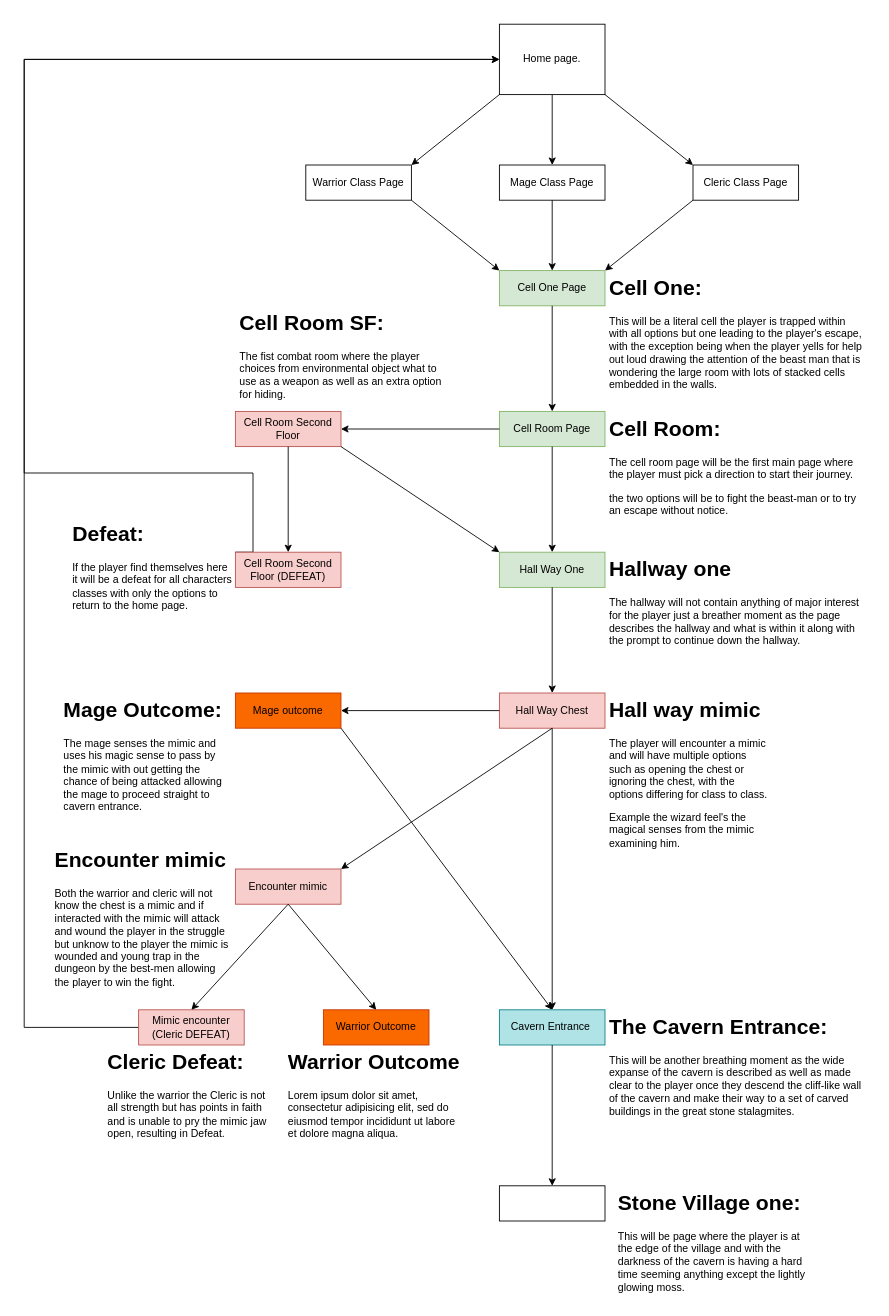
The draw.io diagram Page-Layout-Assessment1.drawio in andypandy31/Webtech-Assessment1, before the edit. Source tidied: cells renumbered, new cells numbered last; positions are measured from the earlier drawing's top-left corner, leaving out a move shared by most shapes. Both pictures are drawn from the tidied source at 88%, with x=0, y=0 at pixel (24, 24).
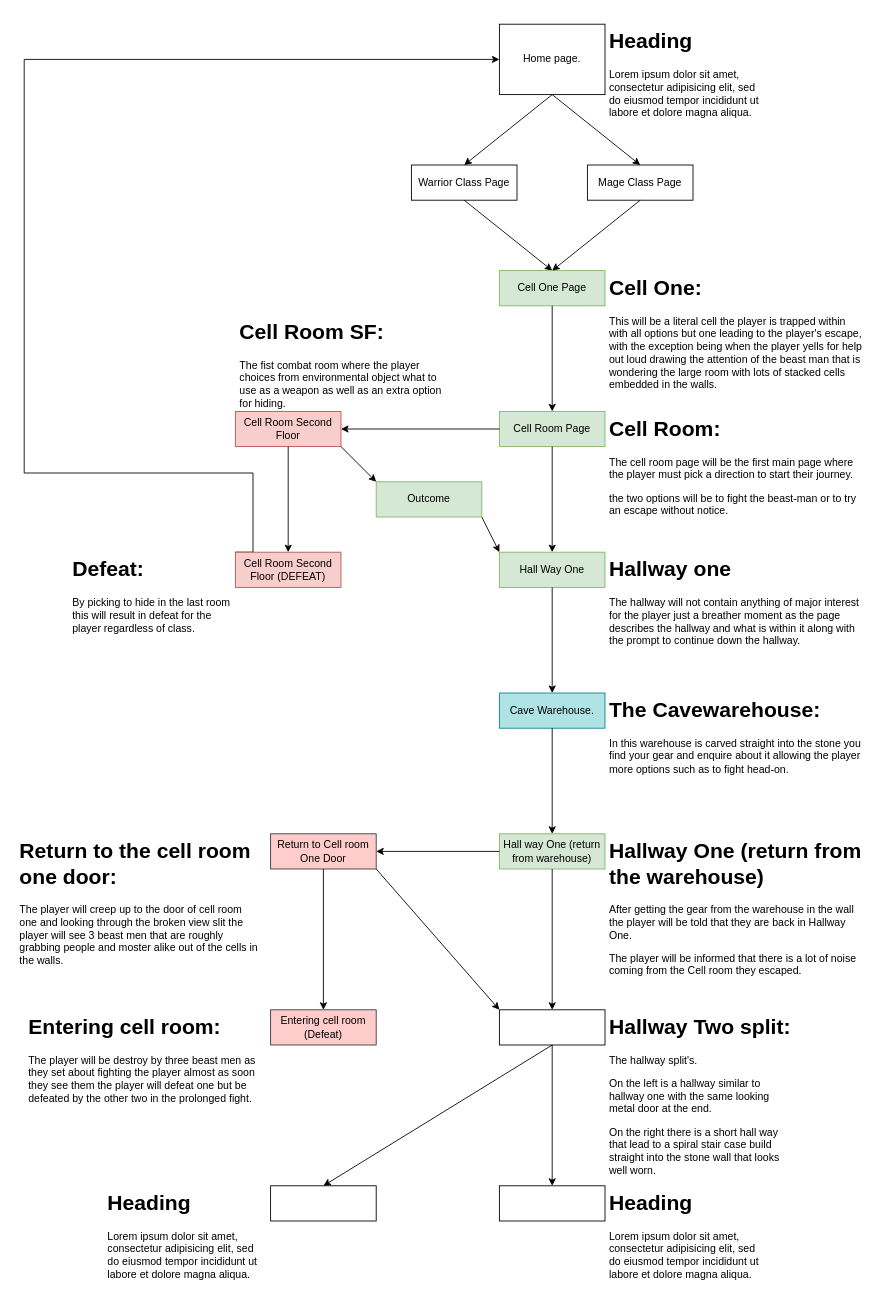
The same diagram, later.

Unchanged cells that the change refers to:
```xml
<mxCell id="5" value="Home page." style="rounded=0;whiteSpace=wrap;html=1;" parent="1" vertex="1">
  <mxGeometry x="540" width="120" height="80" as="geometry" />
</mxCell>
<mxCell id="10" value="Cell One Page" style="rounded=0;whiteSpace=wrap;html=1;fillColor=#d5e8d4;strokeColor=#82b366;" parent="1" vertex="1">
  <mxGeometry x="540" y="280" width="120" height="40" as="geometry" />
</mxCell>
<mxCell id="18" value="Hall Way One" style="rounded=0;whiteSpace=wrap;html=1;fillColor=#d5e8d4;strokeColor=#82b366;" parent="1" vertex="1">
  <mxGeometry x="540" y="600" width="120" height="40" as="geometry" />
</mxCell>
<mxCell id="21" value="Cell Room Second Floor" style="rounded=0;whiteSpace=wrap;html=1;fillColor=#f8cecc;strokeColor=#b85450;" parent="1" vertex="1">
  <mxGeometry x="240" y="440" width="120" height="40" as="geometry" />
</mxCell>
<mxCell id="49" style="rounded=0;whiteSpace=wrap;html=1;" parent="1" vertex="1">
  <mxGeometry x="540" y="1320" width="120" height="40" as="geometry" />
</mxCell>
```

What changed in the source:
```diff
@@
-    <mxCell id="2" style="endArrow=classic;html=1;rounded=0;exitX=0.5;exitY=1;exitDx=0;exitDy=0;" parent="1" edge="1">
+    <mxCell id="2" style="endArrow=classic;html=1;rounded=0;exitX=0.5;exitY=1;exitDx=0;exitDy=0;entryX=0.5;entryY=0;entryDx=0;entryDy=0;" parent="1" edge="1" target="6">
       <mxGeometry relative="1" as="geometry">
         <mxPoint x="600" y="80" as="sourcePoint" />
-        <mxPoint x="600" y="160" as="targetPoint" />
       </mxGeometry>
     </mxCell>
-    <mxCell id="3" style="endArrow=classic;html=1;rounded=0;exitX=1;exitY=1;exitDx=0;exitDy=0;" parent="1" edge="1" source="5">
-      <mxGeometry relative="1" as="geometry">
-        <mxPoint x="760" y="160" as="targetPoint" />
-      </mxGeometry>
-    </mxCell>
-    <mxCell id="4" style="endArrow=classic;html=1;rounded=0;exitX=0;exitY=1;exitDx=0;exitDy=0;" parent="1" edge="1" source="5">
+    <mxCell id="4" style="endArrow=classic;html=1;rounded=0;entryX=0.5;entryY=0;entryDx=0;entryDy=0;" parent="1" edge="1" target="8">
       <mxGeometry relative="1" as="geometry">
-        <mxPoint x="440" y="160" as="targetPoint" />
+        <mxPoint x="600" y="80" as="sourcePoint" />
       </mxGeometry>
     </mxCell>
@@
     <mxCell id="6" value="Mage Class Page" style="rounded=0;whiteSpace=wrap;html=1;" parent="1" vertex="1">
-      <mxGeometry x="540" y="160" width="120" height="40" as="geometry" />
+      <mxGeometry x="640" y="160" width="120" height="40" as="geometry" />
     </mxCell>
-    <mxCell id="7" value="Cleric Class Page" style="rounded=0;whiteSpace=wrap;html=1;" parent="1" vertex="1">
-      <mxGeometry x="760" y="160" width="120" height="40" as="geometry" />
-    </mxCell>
     <mxCell id="8" value="Warrior Class Page" style="rounded=0;whiteSpace=wrap;html=1;" parent="1" vertex="1">
-      <mxGeometry x="320" y="160" width="120" height="40" as="geometry" />
+      <mxGeometry x="440" y="160" width="120" height="40" as="geometry" />
     </mxCell>
-    <mxCell id="9" style="endArrow=classic;html=1;rounded=0;exitX=1;exitY=1;exitDx=0;exitDy=0;entryX=0;entryY=0;entryDx=0;entryDy=0;" parent="1" edge="1" source="8" target="10">
+    <mxCell id="9" style="endArrow=classic;html=1;rounded=0;exitX=0.5;exitY=1;exitDx=0;exitDy=0;entryX=0.5;entryY=0;entryDx=0;entryDy=0;" parent="1" edge="1" source="8" target="10">
       <mxGeometry relative="1" as="geometry" />
     </mxCell>
@@
-    <mxCell id="11" style="endArrow=classic;html=1;rounded=0;exitX=0.5;exitY=1;exitDx=0;exitDy=0;" parent="1" edge="1" source="6" target="10">
+    <mxCell id="11" style="endArrow=classic;html=1;rounded=0;exitX=0.5;exitY=1;exitDx=0;exitDy=0;entryX=0.5;entryY=0;entryDx=0;entryDy=0;" parent="1" edge="1" source="6" target="10">
       <mxGeometry relative="1" as="geometry" />
     </mxCell>
-    <mxCell id="12" style="endArrow=classic;html=1;rounded=0;exitX=0;exitY=1;exitDx=0;exitDy=0;entryX=1;entryY=0;entryDx=0;entryDy=0;" parent="1" edge="1" source="7" target="10">
-      <mxGeometry relative="1" as="geometry" />
-    </mxCell>
@@
-    <mxCell id="25" value="&lt;h1&gt;Cell Room SF:&lt;/h1&gt;&lt;div&gt;The fist combat room where the player choices from environmental object what to use as a weapon as well as an extra option for hiding.&lt;/div&gt;" style="text;html=1;spacing=5;spacingTop=-20;whiteSpace=wrap;overflow=hidden;rounded=0;" parent="1" vertex="1">
-      <mxGeometry x="240" y="320" width="240" height="120" as="geometry" />
+    <mxCell id="25" value="&lt;h1&gt;Cell Room SF:&lt;/h1&gt;&lt;div&gt;The fist combat room where the player choices from environmental object what to use as a weapon as well as an extra option for hiding.&lt;/div&gt;&lt;div&gt;&lt;br&gt;&lt;/div&gt;&lt;div&gt;&lt;br&gt;&lt;/div&gt;" style="text;html=1;spacing=5;spacingTop=-20;whiteSpace=wrap;overflow=hidden;rounded=0;" parent="1" vertex="1">
+      <mxGeometry x="240" y="330" width="240" height="110" as="geometry" />
     </mxCell>
-    <mxCell id="26" style="endArrow=classic;html=1;rounded=0;entryX=0;entryY=0;entryDx=0;entryDy=0;exitX=1;exitY=1;exitDx=0;exitDy=0;" parent="1" edge="1" source="21" target="18">
+    <mxCell id="26" style="endArrow=classic;html=1;rounded=0;entryX=0;entryY=0;entryDx=0;entryDy=0;exitX=1;exitY=1;exitDx=0;exitDy=0;" parent="1" edge="1" source="51" target="18">
       <mxGeometry relative="1" as="geometry" />
     </mxCell>
-    <mxCell id="27" style="endArrow=classic;html=1;rounded=0;exitX=0.5;exitY=1;exitDx=0;exitDy=0;" parent="1" edge="1" source="18">
-      <mxGeometry relative="1" as="geometry">
-        <mxPoint x="600" y="760" as="targetPoint" />
-      </mxGeometry>
-    </mxCell>
-    <mxCell id="28" value="Hall Way Chest" style="rounded=0;whiteSpace=wrap;html=1;fillColor=#f8cecc;strokeColor=#b85450;" parent="1" vertex="1">
-      <mxGeometry x="540" y="760" width="120" height="40" as="geometry" />
-    </mxCell>
-    <mxCell id="29" value="&lt;h1&gt;Hall way mimic&lt;/h1&gt;&lt;p&gt;The player will encounter a mimic and will have multiple options such as opening the chest or ignoring the chest, with the options differing for class to class.&lt;/p&gt;&lt;p&gt;Example the wizard feel's the magical senses from the mimic examining him.&lt;/p&gt;" style="text;html=1;spacing=5;spacingTop=-20;whiteSpace=wrap;overflow=hidden;rounded=0;" parent="1" vertex="1">
-      <mxGeometry x="660" y="760" width="190" height="180" as="geometry" />
-    </mxCell>
-    <mxCell id="30" style="endArrow=classic;html=1;rounded=0;entryX=1;entryY=0.5;entryDx=0;entryDy=0;exitX=0;exitY=0.5;exitDx=0;exitDy=0;" parent="1" edge="1" source="28" target="31">
-      <mxGeometry relative="1" as="geometry" />
-    </mxCell>
-    <mxCell id="31" value="Mage outcome" style="rounded=0;whiteSpace=wrap;html=1;fillColor=#fa6800;strokeColor=#C73500;fontColor=#000000;" parent="1" vertex="1">
-      <mxGeometry x="240" y="760" width="120" height="40" as="geometry" />
-    </mxCell>
-    <mxCell id="32" style="endArrow=classic;html=1;rounded=0;exitX=0.5;exitY=1;exitDx=0;exitDy=0;entryX=0.5;entryY=0;entryDx=0;entryDy=0;" parent="1" edge="1" source="28" target="35">
+    <mxCell id="32" style="endArrow=classic;html=1;rounded=0;exitX=0.5;exitY=1;exitDx=0;exitDy=0;entryX=0.5;entryY=0;entryDx=0;entryDy=0;" parent="1" edge="1" source="18" target="35">
       <mxGeometry relative="1" as="geometry" />
     </mxCell>
-    <mxCell id="33" style="endArrow=classic;html=1;rounded=0;exitX=1;exitY=1;exitDx=0;exitDy=0;entryX=0.5;entryY=0;entryDx=0;entryDy=0;" parent="1" edge="1" source="31" target="35">
-      <mxGeometry relative="1" as="geometry" />
-    </mxCell>
-    <mxCell id="34" value="&lt;h1&gt;Mage Outcome:&lt;/h1&gt;&lt;p&gt;The mage senses the mimic and uses his magic sense to pass by the mimic with out getting the chance of being attacked allowing the mage to proceed straight to cavern entrance.&lt;/p&gt;" style="text;html=1;spacing=5;spacingTop=-20;whiteSpace=wrap;overflow=hidden;rounded=0;" parent="1" vertex="1">
-      <mxGeometry x="40" y="760" width="200" height="140" as="geometry" />
-    </mxCell>
-    <mxCell id="35" value="Cavern Entrance&amp;nbsp;" style="rounded=0;whiteSpace=wrap;html=1;fillColor=#b0e3e6;strokeColor=#0e8088;" parent="1" vertex="1">
-      <mxGeometry x="540" y="1120" width="120" height="40" as="geometry" />
+    <mxCell id="35" value="Cave Warehouse." style="rounded=0;whiteSpace=wrap;html=1;fillColor=#b0e3e6;strokeColor=#0e8088;" parent="1" vertex="1">
+      <mxGeometry x="540" y="760" width="120" height="40" as="geometry" />
     </mxCell>
-    <mxCell id="36" style="endArrow=classic;html=1;rounded=0;entryX=1;entryY=0;entryDx=0;entryDy=0;" parent="1" edge="1" target="37">
-      <mxGeometry relative="1" as="geometry">
-        <mxPoint x="600" y="800" as="sourcePoint" />
-      </mxGeometry>
-    </mxCell>
-    <mxCell id="37" value="Encounter mimic" style="rounded=0;whiteSpace=wrap;html=1;fillColor=#f8cecc;strokeColor=#b85450;" parent="1" vertex="1">
-      <mxGeometry x="240" y="960" width="120" height="40" as="geometry" />
-    </mxCell>
-    <mxCell id="38" value="&lt;h1&gt;Encounter mimic&lt;/h1&gt;&lt;p&gt;Both the warrior and cleric will not know the chest is a mimic and if interacted with the mimic will attack and wound the player in the struggle but unknow to the player the mimic is wounded and young trap in the dungeon by the best-men allowing the player to win the fight.&amp;nbsp;&lt;/p&gt;" style="text;html=1;spacing=5;spacingTop=-20;whiteSpace=wrap;overflow=hidden;rounded=0;" parent="1" vertex="1">
-      <mxGeometry x="30" y="930" width="210" height="170" as="geometry" />
-    </mxCell>
-    <mxCell id="39" value="&lt;h1&gt;The Cavern Entrance:&amp;nbsp;&lt;/h1&gt;&lt;p&gt;This will be another breathing moment as the wide expanse of the cavern is described as well as made clear to the player once they descend the cliff-like wall of the cavern and make their way to a set of carved buildings in the great stone stalagmites.&lt;/p&gt;" style="text;html=1;spacing=5;spacingTop=-20;whiteSpace=wrap;overflow=hidden;rounded=0;" parent="1" vertex="1">
-      <mxGeometry x="660" y="1120" width="305" height="130" as="geometry" />
+    <mxCell id="39" value="&lt;h1&gt;The Cavewarehouse:&amp;nbsp;&lt;/h1&gt;&lt;p&gt;In this warehouse is carved straight into the stone you find your gear and enquire about it allowing the player more options such as to fight head-on.&lt;/p&gt;" style="text;html=1;spacing=5;spacingTop=-20;whiteSpace=wrap;overflow=hidden;rounded=0;" parent="1" vertex="1">
+      <mxGeometry x="660" y="760" width="305" height="130" as="geometry" />
     </mxCell>
-    <mxCell id="40" style="edgeStyle=orthogonalEdgeStyle;rounded=0;jettySize=auto;html=1;exitX=0;exitY=0.5;exitDx=0;exitDy=0;entryX=0;entryY=0.5;entryDx=0;entryDy=0;" parent="1" edge="1" source="41" target="5">
-      <mxGeometry relative="1" as="geometry">
-        <Array as="points">
-          <mxPoint y="1140" />
-          <mxPoint y="40" />
-        </Array>
-      </mxGeometry>
-    </mxCell>
-    <mxCell id="41" value="Mimic encounter (Cleric DEFEAT)" style="rounded=0;whiteSpace=wrap;html=1;fillColor=#f8cecc;strokeColor=#b85450;" parent="1" vertex="1">
-      <mxGeometry x="130" y="1120" width="120" height="40" as="geometry" />
-    </mxCell>
-    <mxCell id="42" style="endArrow=classic;html=1;rounded=0;exitX=0.5;exitY=1;exitDx=0;exitDy=0;entryX=0.5;entryY=0;entryDx=0;entryDy=0;" parent="1" edge="1" source="37" target="41">
-      <mxGeometry relative="1" as="geometry" />
-    </mxCell>
-    <mxCell id="43" value="Warrior Outcome" style="rounded=0;whiteSpace=wrap;html=1;fillColor=#fa6800;strokeColor=#C73500;fontColor=#000000;" parent="1" vertex="1">
-      <mxGeometry x="340" y="1120" width="120" height="40" as="geometry" />
-    </mxCell>
-    <mxCell id="44" style="endArrow=classic;html=1;rounded=0;entryX=0.5;entryY=0;entryDx=0;entryDy=0;" parent="1" edge="1" target="43">
-      <mxGeometry relative="1" as="geometry">
-        <mxPoint x="300" y="1000" as="sourcePoint" />
-      </mxGeometry>
-    </mxCell>
-    <mxCell id="45" value="&lt;h1&gt;Cleric Defeat:&lt;/h1&gt;&lt;p&gt;Unlike the warrior the Cleric is not all strength but has points in faith and is unable to pry the mimic jaw open, resulting in Defeat.&lt;/p&gt;" style="text;html=1;spacing=5;spacingTop=-20;whiteSpace=wrap;overflow=hidden;rounded=0;" parent="1" vertex="1">
-      <mxGeometry x="90" y="1160" width="200" height="120" as="geometry" />
-    </mxCell>
-    <mxCell id="46" value="&lt;h1&gt;Warrior Outcome&lt;/h1&gt;&lt;p&gt;Lorem ipsum dolor sit amet, consectetur adipisicing elit, sed do eiusmod tempor incididunt ut labore et dolore magna aliqua.&lt;/p&gt;" style="text;html=1;spacing=5;spacingTop=-20;whiteSpace=wrap;overflow=hidden;rounded=0;" parent="1" vertex="1">
-      <mxGeometry x="295" y="1160" width="210" height="120" as="geometry" />
-    </mxCell>
-    <mxCell id="47" value="&lt;h1&gt;Defeat:&lt;/h1&gt;&lt;p&gt;If the player find themselves here it will be a defeat for all characters classes with only the options to return to the home page.&lt;/p&gt;" style="text;html=1;spacing=5;spacingTop=-20;whiteSpace=wrap;overflow=hidden;rounded=0;" parent="1" vertex="1">
-      <mxGeometry x="50" y="560" width="190" height="120" as="geometry" />
+    <mxCell id="47" value="&lt;h1&gt;Defeat:&lt;/h1&gt;&lt;p&gt;By picking to hide in the last room this will result in defeat for the player regardless of class.&lt;/p&gt;" style="text;html=1;spacing=5;spacingTop=-20;whiteSpace=wrap;overflow=hidden;rounded=0;" parent="1" vertex="1">
+      <mxGeometry x="50" y="600" width="190" height="120" as="geometry" />
     </mxCell>
-    <mxCell id="48" style="endArrow=classic;html=1;rounded=0;exitX=0.5;exitY=1;exitDx=0;exitDy=0;" parent="1" edge="1" source="35">
-      <mxGeometry relative="1" as="geometry">
-        <mxPoint x="600" y="1320" as="targetPoint" />
-      </mxGeometry>
-    </mxCell>
+    <mxCell id="51" value="Outcome" style="rounded=0;whiteSpace=wrap;html=1;fillColor=#d5e8d4;strokeColor=#82b366;" parent="1" vertex="1">
+      <mxGeometry x="400" y="520" width="120" height="40" as="geometry" />
+    </mxCell>
+    <mxCell id="52" style="endArrow=classic;html=1;rounded=0;exitX=1;exitY=1;exitDx=0;exitDy=0;entryX=0;entryY=0;entryDx=0;entryDy=0;" parent="1" edge="1" source="21" target="51">
+      <mxGeometry relative="1" as="geometry" />
+    </mxCell>
+    <mxCell id="53" value="&lt;h1&gt;Heading&lt;/h1&gt;&lt;p&gt;Lorem ipsum dolor sit amet, consectetur adipisicing elit, sed do eiusmod tempor incididunt ut labore et dolore magna aliqua.&lt;/p&gt;" style="text;html=1;spacing=5;spacingTop=-20;whiteSpace=wrap;overflow=hidden;rounded=0;" parent="1" vertex="1">
+      <mxGeometry x="660" width="190" height="120" as="geometry" />
+    </mxCell>
+    <mxCell id="54" style="endArrow=classic;html=1;rounded=0;exitX=0.5;exitY=1;exitDx=0;exitDy=0;" parent="1" edge="1" source="35" target="55">
+      <mxGeometry relative="1" as="geometry" />
+    </mxCell>
+    <mxCell id="55" value="Hall way One (return from warehouse)" style="rounded=0;whiteSpace=wrap;html=1;fillColor=#d5e8d4;strokeColor=#82b366;" parent="1" vertex="1">
+      <mxGeometry x="540" y="920" width="120" height="40" as="geometry" />
+    </mxCell>
+    <mxCell id="56" value="&lt;h1&gt;Hallway One (return from the warehouse)&lt;br&gt;&lt;/h1&gt;&lt;p&gt;After getting the gear from the warehouse in the wall the player will be told that they are back in Hallway One.&lt;/p&gt;&lt;p&gt;The player will be informed that there is a lot of noise coming from the Cell room they escaped.&lt;/p&gt;" style="text;html=1;spacing=5;spacingTop=-20;whiteSpace=wrap;overflow=hidden;rounded=0;" parent="1" vertex="1">
+      <mxGeometry x="660" y="920" width="300" height="170" as="geometry" />
+    </mxCell>
+    <mxCell id="57" style="endArrow=classic;html=1;rounded=0;exitX=0.5;exitY=1;exitDx=0;exitDy=0;entryX=0.5;entryY=0;entryDx=0;entryDy=0;" parent="1" edge="1" source="55" target="61">
+      <mxGeometry relative="1" as="geometry" />
+    </mxCell>
+    <mxCell id="58" style="endArrow=classic;html=1;rounded=0;exitX=0;exitY=0.5;exitDx=0;exitDy=0;" parent="1" edge="1" source="55" target="59">
+      <mxGeometry relative="1" as="geometry" />
+    </mxCell>
+    <mxCell id="59" value="Return to Cell room One Door" style="rounded=0;whiteSpace=wrap;html=1;fillColor=#ffcccc;strokeColor=#36393d;" parent="1" vertex="1">
+      <mxGeometry x="280" y="920" width="120" height="40" as="geometry" />
+    </mxCell>
+    <mxCell id="60" value="&lt;h1&gt;Return to the cell room one door:&lt;/h1&gt;&lt;p&gt;The player will creep up to the door of cell room one and looking through the broken view slit the player will see 3 beast men that are roughly grabbing people and moster alike out of the cells in the walls.&lt;/p&gt;" style="text;html=1;spacing=5;spacingTop=-20;whiteSpace=wrap;overflow=hidden;rounded=0;" parent="1" vertex="1">
+      <mxGeometry x="-10" y="920" width="280" height="150" as="geometry" />
+    </mxCell>
+    <mxCell id="61" style="rounded=0;whiteSpace=wrap;html=1;" parent="1" vertex="1">
+      <mxGeometry x="540" y="1120" width="120" height="40" as="geometry" />
+    </mxCell>
+    <mxCell id="62" style="endArrow=classic;html=1;rounded=0;exitX=1;exitY=1;exitDx=0;exitDy=0;entryX=0;entryY=0;entryDx=0;entryDy=0;" parent="1" edge="1" source="59" target="61">
+      <mxGeometry relative="1" as="geometry" />
+    </mxCell>
+    <mxCell id="63" style="endArrow=classic;html=1;rounded=0;exitX=0.5;exitY=1;exitDx=0;exitDy=0;entryX=0.5;entryY=0;entryDx=0;entryDy=0;" parent="1" edge="1" source="59" target="64">
+      <mxGeometry relative="1" as="geometry" />
+    </mxCell>
+    <mxCell id="64" value="Entering cell room (Defeat)" style="rounded=0;whiteSpace=wrap;html=1;fillColor=#ffcccc;strokeColor=#36393d;" parent="1" vertex="1">
+      <mxGeometry x="280" y="1120" width="120" height="40" as="geometry" />
+    </mxCell>
+    <mxCell id="65" value="&lt;h1&gt;Hallway Two split:&lt;/h1&gt;&lt;p&gt;The hallway split's.&lt;/p&gt;&lt;p&gt;On the left is a hallway similar to hallway one with the same looking metal door at the end.&lt;/p&gt;&lt;p&gt;On the right there is a short hall way that lead to a spiral stair case build straight into the stone wall that looks well worn.&lt;/p&gt;" style="text;html=1;spacing=5;spacingTop=-20;whiteSpace=wrap;overflow=hidden;rounded=0;" parent="1" vertex="1">
+      <mxGeometry x="660" y="1120" width="220" height="190" as="geometry" />
+    </mxCell>
+    <mxCell id="66" style="endArrow=classic;html=1;rounded=0;entryX=0.5;entryY=0;entryDx=0;entryDy=0;" parent="1" edge="1" target="68">
+      <mxGeometry relative="1" as="geometry">
+        <mxPoint x="600" y="1160" as="sourcePoint" />
+      </mxGeometry>
+    </mxCell>
+    <mxCell id="67" style="endArrow=classic;html=1;rounded=0;exitX=0.5;exitY=1;exitDx=0;exitDy=0;entryX=0.5;entryY=0;entryDx=0;entryDy=0;" parent="1" edge="1" source="61" target="49">
+      <mxGeometry relative="1" as="geometry" />
+    </mxCell>
+    <mxCell id="68" style="rounded=0;whiteSpace=wrap;html=1;" parent="1" vertex="1">
+      <mxGeometry x="280" y="1320" width="120" height="40" as="geometry" />
+    </mxCell>
@@
-    <mxCell id="50" value="&lt;h1&gt;Stone Village one:&lt;/h1&gt;&lt;p&gt;This will be page where the player is at the edge of the village and with the darkness of the cavern is having a hard time seeming anything except the lightly glowing moss.&lt;/p&gt;" style="text;html=1;spacing=5;spacingTop=-20;whiteSpace=wrap;overflow=hidden;rounded=0;" parent="1" vertex="1">
-      <mxGeometry x="670" y="1320" width="230" height="130" as="geometry" />
-    </mxCell>
+    <mxCell id="69" value="&lt;h1&gt;Heading&lt;/h1&gt;&lt;p&gt;Lorem ipsum dolor sit amet, consectetur adipisicing elit, sed do eiusmod tempor incididunt ut labore et dolore magna aliqua.&lt;/p&gt;" style="text;html=1;spacing=5;spacingTop=-20;whiteSpace=wrap;overflow=hidden;rounded=0;" parent="1" vertex="1">
+      <mxGeometry x="90" y="1320" width="190" height="120" as="geometry" />
+    </mxCell>
+    <mxCell id="70" value="&lt;h1&gt;Heading&lt;/h1&gt;&lt;p&gt;Lorem ipsum dolor sit amet, consectetur adipisicing elit, sed do eiusmod tempor incididunt ut labore et dolore magna aliqua.&lt;/p&gt;" style="text;html=1;spacing=5;spacingTop=-20;whiteSpace=wrap;overflow=hidden;rounded=0;" parent="1" vertex="1">
+      <mxGeometry x="660" y="1320" width="190" height="120" as="geometry" />
+    </mxCell>
+    <mxCell id="71" value="&lt;h1&gt;Entering cell room:&lt;/h1&gt;&lt;p&gt;The player will be destroy by three beast men as they set about fighting the player almost as soon they see them the player will defeat one but be defeated by the other two in the prolonged fight.&lt;/p&gt;" style="text;html=1;spacing=5;spacingTop=-20;whiteSpace=wrap;overflow=hidden;rounded=0;" parent="1" vertex="1">
+      <mxGeometry y="1120" width="280" height="120" as="geometry" />
+    </mxCell>
```
